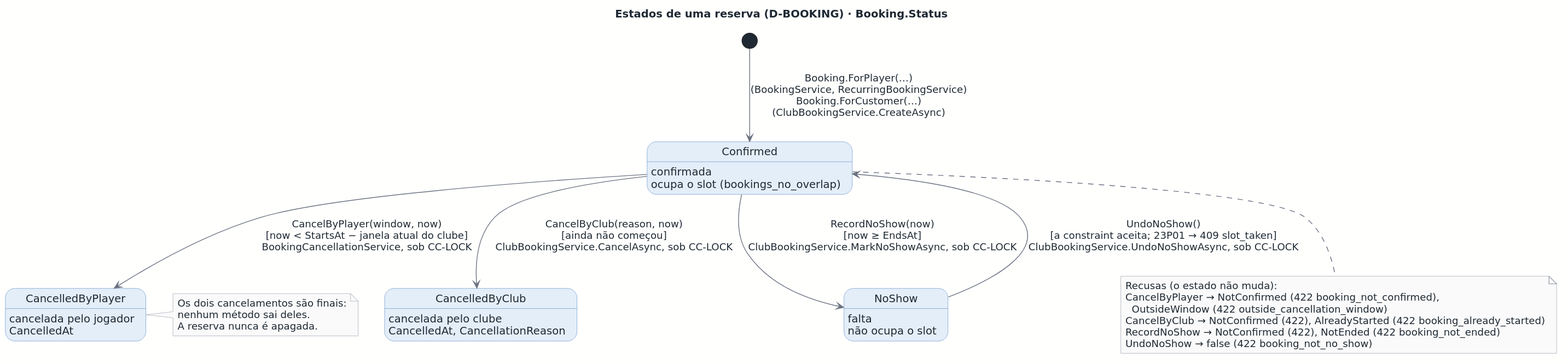
Before: docs/architecture/out/logical-state-booking.svg, a diagram exported from PlantUML (rodrigo4sousa/SportsEstablishments).
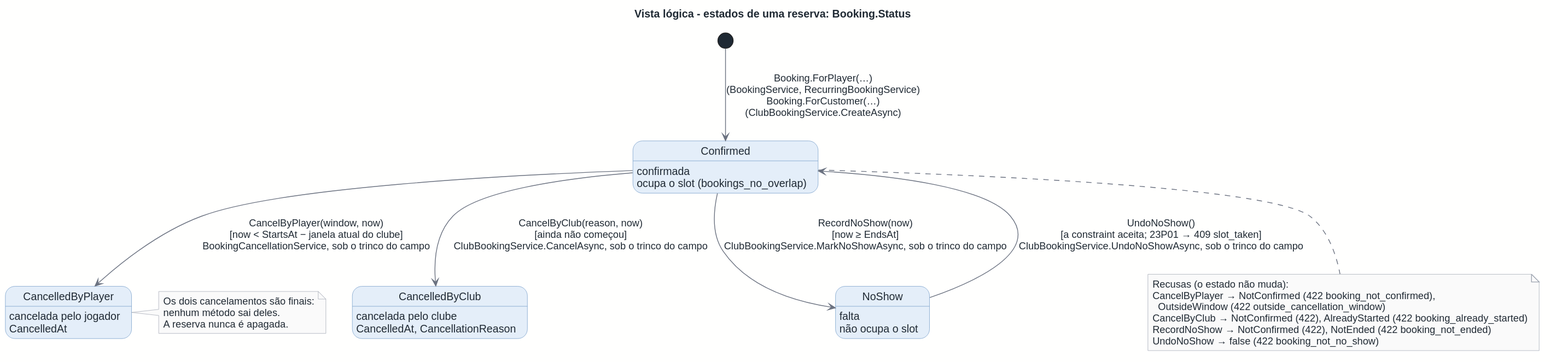
The same diagram one commit later.

Change to the diagram source:
```diff
@@ -1,6 +1,6 @@
 @startuml
 !include ../style.puml
-title Estados de uma reserva (D-BOOKING) · Booking.Status
+title Vista lógica - estados de uma reserva: Booking.Status
 
 hide empty description
 state Confirmed : confirmada\nocupa o slot (bookings_no_overlap)
@@ -9,10 +9,10 @@
 state NoShow : falta\nnão ocupa o slot
 
 [*] --> Confirmed : Booking.ForPlayer(…)\n(BookingService, RecurringBookingService)\nBooking.ForCustomer(…)\n(ClubBookingService.CreateAsync)
-Confirmed --> CancelledByPlayer : CancelByPlayer(window, now)\n[now < StartsAt − janela atual do clube]\nBookingCancellationService, sob CC-LOCK
-Confirmed --> CancelledByClub : CancelByClub(reason, now)\n[ainda não começou]\nClubBookingService.CancelAsync, sob CC-LOCK
-Confirmed --> NoShow : RecordNoShow(now)\n[now ≥ EndsAt]\nClubBookingService.MarkNoShowAsync, sob CC-LOCK
-NoShow --> Confirmed : UndoNoShow()\n[a constraint aceita; 23P01 → 409 slot_taken]\nClubBookingService.UndoNoShowAsync, sob CC-LOCK
+Confirmed --> CancelledByPlayer : CancelByPlayer(window, now)\n[now < StartsAt − janela atual do clube]\nBookingCancellationService, sob o trinco do campo
+Confirmed --> CancelledByClub : CancelByClub(reason, now)\n[ainda não começou]\nClubBookingService.CancelAsync, sob o trinco do campo
+Confirmed --> NoShow : RecordNoShow(now)\n[now ≥ EndsAt]\nClubBookingService.MarkNoShowAsync, sob o trinco do campo
+NoShow --> Confirmed : UndoNoShow()\n[a constraint aceita; 23P01 → 409 slot_taken]\nClubBookingService.UndoNoShowAsync, sob o trinco do campo
 
 note right of CancelledByPlayer
   Os dois cancelamentos são finais:
```
